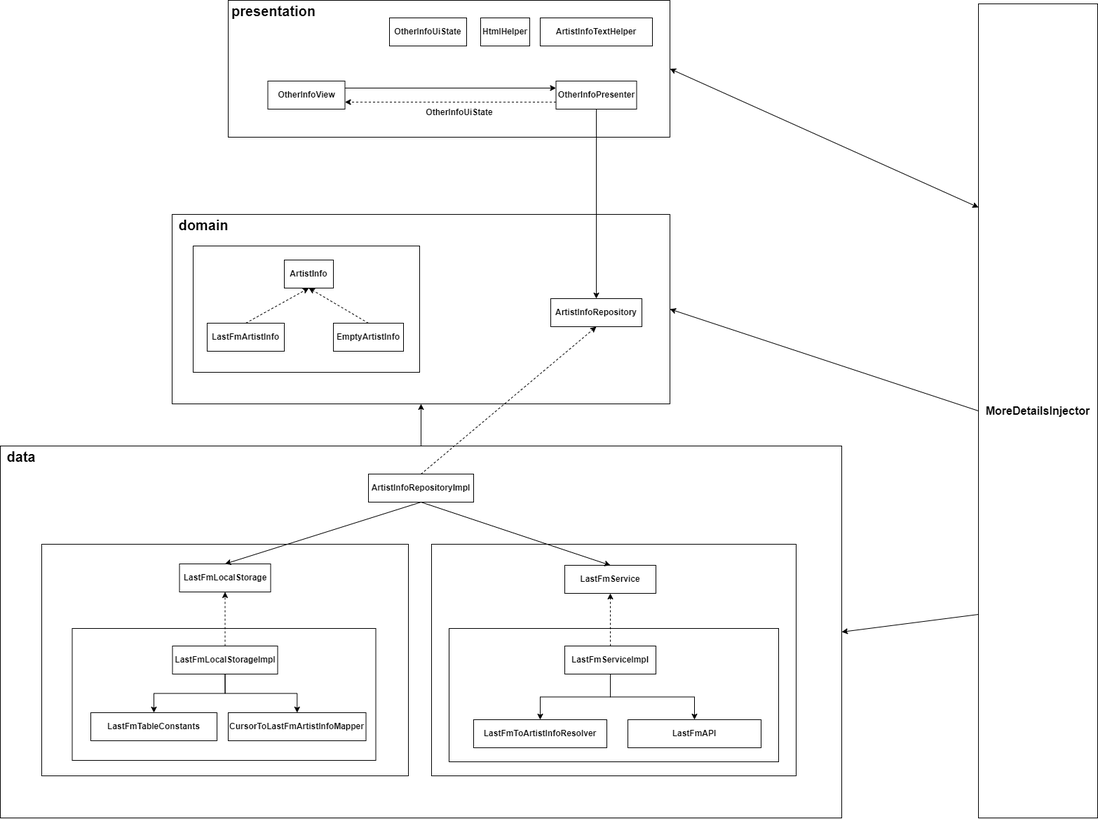
Above: docs/more_details_diagram.png in elagarrigue/AyDS23-Lisboa3 (draw.io), before the change. Source tidied: cells renumbered, new cells last; positions are measured from the earlier drawing's top-left corner, leaving out a move shared by most shapes.
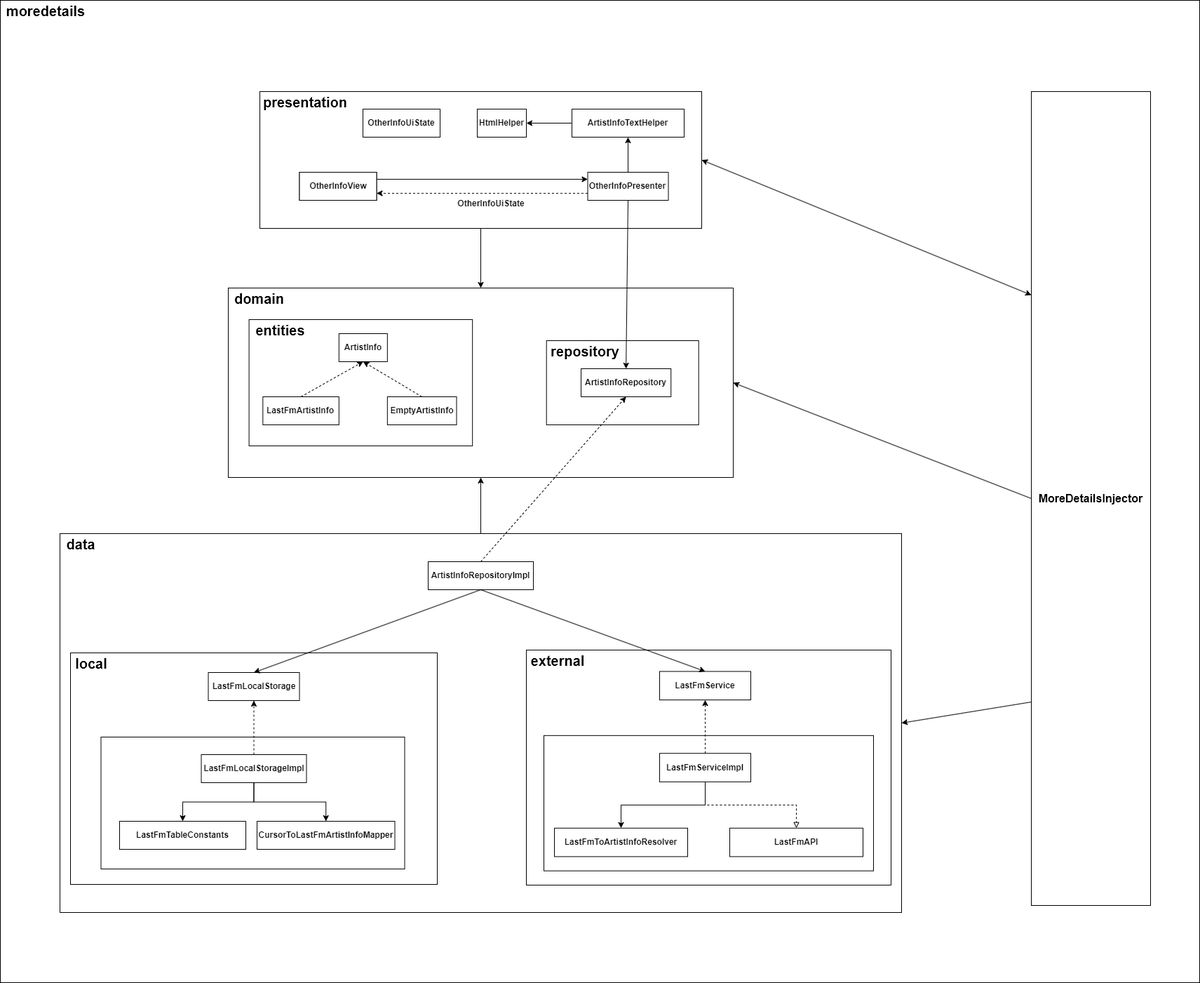
Later version of the same file.

Commit message:
Correcciones en el diagrama

Change to the diagram source:
```diff
@@ -2,29 +2,29 @@
   <root>
     <mxCell id="0" />
     <mxCell id="1" parent="0" />
+    <mxCell id="55" style="rounded=0;whiteSpace=wrap;html=1;" parent="1" vertex="1">
+      <mxGeometry x="-75" y="-125" width="1710" height="1400" as="geometry" />
+    </mxCell>
     <mxCell id="2" style="group;" parent="1" vertex="1">
-      <mxGeometry x="245" y="305" width="710" height="270" as="geometry" />
+      <mxGeometry x="250" y="285" width="720" height="270" as="geometry" />
     </mxCell>
     <mxCell id="3" style="rounded=0;whiteSpace=wrap;html=1;" parent="2" vertex="1">
-      <mxGeometry width="710" height="270" as="geometry" />
+      <mxGeometry width="720" height="270" as="geometry" />
     </mxCell>
-    <mxCell id="4" value="&lt;b&gt;ArtistInfoRepository&lt;/b&gt;" style="rounded=0;whiteSpace=wrap;html=1;" parent="2" vertex="1">
-      <mxGeometry x="540" y="120" width="130" height="40" as="geometry" />
-    </mxCell>
     <mxCell id="5" style="group;" parent="2" vertex="1">
-      <mxGeometry x="30" y="45" width="323" height="180" as="geometry" />
+      <mxGeometry x="29.6" y="45" width="318.6" height="180" as="geometry" />
     </mxCell>
     <mxCell id="6" style="rounded=0;whiteSpace=wrap;html=1;" parent="5" vertex="1">
-      <mxGeometry width="323" height="180" as="geometry" />
+      <mxGeometry width="318.6" height="180" as="geometry" />
     </mxCell>
     <mxCell id="7" value="&lt;b&gt;ArtistInfo&lt;/b&gt;" style="rounded=0;whiteSpace=wrap;html=1;" parent="5" vertex="1">
-      <mxGeometry x="130" y="20" width="70" height="40" as="geometry" />
+      <mxGeometry x="128.2" y="20" width="69" height="40" as="geometry" />
     </mxCell>
     <mxCell id="8" value="&lt;b&gt;LastFmArtistInfo&lt;/b&gt;" style="rounded=0;whiteSpace=wrap;html=1;" parent="5" vertex="1">
-      <mxGeometry x="20" y="110" width="110" height="40" as="geometry" />
+      <mxGeometry x="19.7" y="110" width="108.5" height="40" as="geometry" />
     </mxCell>
     <mxCell id="9" value="&lt;b&gt;EmptyArtistInfo&lt;/b&gt;" style="rounded=0;whiteSpace=wrap;html=1;" parent="5" vertex="1">
-      <mxGeometry x="200" y="110" width="100" height="40" as="geometry" />
+      <mxGeometry x="197.3" y="110" width="98.6" height="40" as="geometry" />
     </mxCell>
     <mxCell id="10" style="endArrow=classic;html=1;rounded=0;exitX=0.5;exitY=0;exitDx=0;exitDy=0;entryX=0.5;entryY=1;entryDx=0;entryDy=0;dashed=1;" parent="5" edge="1" source="8" target="7">
       <mxGeometry relative="1" as="geometry" />
@@ -32,29 +32,47 @@
     <mxCell id="11" style="endArrow=classic;html=1;rounded=0;exitX=0.5;exitY=0;exitDx=0;exitDy=0;entryX=0.5;entryY=1;entryDx=0;entryDy=0;dashed=1;" parent="5" edge="1" source="9" target="7">
       <mxGeometry relative="1" as="geometry" />
     </mxCell>
+    <mxCell id="56" value="&lt;b&gt;&lt;font style=&quot;font-size: 20px;&quot;&gt;entities&lt;/font&gt;&lt;/b&gt;" style="text;html=1;strokeColor=none;fillColor=none;align=center;verticalAlign=middle;whiteSpace=wrap;rounded=0;" parent="5" vertex="1">
+      <mxGeometry width="88.8" height="30" as="geometry" />
+    </mxCell>
     <mxCell id="12" value="&lt;b&gt;&lt;font style=&quot;font-size: 20px;&quot;&gt;domain&lt;/font&gt;&lt;/b&gt;" style="text;html=1;strokeColor=none;fillColor=none;align=center;verticalAlign=middle;whiteSpace=wrap;rounded=0;" parent="2" vertex="1">
-      <mxGeometry width="90" height="30" as="geometry" />
+      <mxGeometry width="88.8" height="30" as="geometry" />
     </mxCell>
+    <mxCell id="57" style="rounded=0;whiteSpace=wrap;html=1;" parent="2" vertex="1">
+      <mxGeometry x="453.7" y="75" width="217" height="120" as="geometry" />
+    </mxCell>
+    <mxCell id="4" value="&lt;b&gt;ArtistInfoRepository&lt;/b&gt;" style="rounded=0;whiteSpace=wrap;html=1;" parent="2" vertex="1">
+      <mxGeometry x="503" y="115" width="128.2" height="40" as="geometry" />
+    </mxCell>
+    <mxCell id="58" value="&lt;span style=&quot;font-size: 20px;&quot;&gt;&lt;b&gt;repository&lt;/b&gt;&lt;/span&gt;" style="text;html=1;strokeColor=none;fillColor=none;align=center;verticalAlign=middle;whiteSpace=wrap;rounded=0;" parent="2" vertex="1">
+      <mxGeometry x="445" y="75" width="128.2" height="30" as="geometry" />
+    </mxCell>
+    <mxCell id="59" style="edgeStyle=orthogonalEdgeStyle;rounded=0;jettySize=auto;html=1;exitX=0.5;exitY=1;exitDx=0;exitDy=0;" parent="1" edge="1" source="13" target="3">
+      <mxGeometry relative="1" as="geometry" />
+    </mxCell>
     <mxCell id="13" style="rounded=0;whiteSpace=wrap;html=1;" parent="1" vertex="1">
-      <mxGeometry x="325" width="630" height="195" as="geometry" />
+      <mxGeometry x="295" y="5" width="630" height="195" as="geometry" />
     </mxCell>
     <mxCell id="14" style="edgeStyle=orthogonalEdgeStyle;rounded=0;jettySize=auto;html=1;exitX=0.5;exitY=0;exitDx=0;exitDy=0;entryX=0.5;entryY=1;entryDx=0;entryDy=0;" parent="1" edge="1" source="15" target="3">
       <mxGeometry relative="1" as="geometry" />
     </mxCell>
     <mxCell id="15" style="rounded=0;whiteSpace=wrap;html=1;" parent="1" vertex="1">
-      <mxGeometry y="635" width="1200" height="530" as="geometry" />
+      <mxGeometry x="10" y="635" width="1200" height="540" as="geometry" />
     </mxCell>
+    <mxCell id="60" style="edgeStyle=orthogonalEdgeStyle;rounded=0;jettySize=auto;html=1;" parent="1" edge="1" source="16" target="51">
+      <mxGeometry relative="1" as="geometry" />
+    </mxCell>
     <mxCell id="16" value="&lt;b&gt;OtherInfoPresenter&lt;/b&gt;" style="rounded=0;whiteSpace=wrap;html=1;" parent="1" vertex="1">
-      <mxGeometry x="792.5" y="115" width="115" height="40" as="geometry" />
+      <mxGeometry x="762.5" y="120" width="115" height="40" as="geometry" />
     </mxCell>
     <mxCell id="17" value="&lt;b&gt;OtherInfoView&lt;/b&gt;" style="rounded=0;whiteSpace=wrap;html=1;" parent="1" vertex="1">
-      <mxGeometry x="381.5" y="115" width="110" height="40" as="geometry" />
+      <mxGeometry x="351.5" y="120" width="110" height="40" as="geometry" />
     </mxCell>
     <mxCell id="18" value="&lt;b&gt;&lt;font style=&quot;font-size: 16px;&quot;&gt;MoreDetailsInjector&lt;/font&gt;&lt;/b&gt;" style="rounded=0;whiteSpace=wrap;html=1;" parent="1" vertex="1">
       <mxGeometry x="1395" y="5" width="170" height="1160" as="geometry" />
     </mxCell>
     <mxCell id="19" style="group;" parent="1" vertex="1">
-      <mxGeometry x="59" y="775" width="523" height="330" as="geometry" />
+      <mxGeometry x="25" y="805" width="523" height="330" as="geometry" />
     </mxCell>
     <mxCell id="20" style="rounded=0;whiteSpace=wrap;html=1;" parent="19" vertex="1">
       <mxGeometry width="523" height="330" as="geometry" />
@@ -83,38 +101,44 @@
     <mxCell id="28" style="edgeStyle=orthogonalEdgeStyle;rounded=0;jettySize=auto;html=1;exitX=0.5;exitY=1;exitDx=0;exitDy=0;entryX=0.5;entryY=0;entryDx=0;entryDy=0;" parent="19" edge="1" source="24" target="27">
       <mxGeometry relative="1" as="geometry" />
     </mxCell>
+    <mxCell id="61" value="&lt;b&gt;&lt;font style=&quot;font-size: 20px;&quot;&gt;local&lt;/font&gt;&lt;/b&gt;" style="text;html=1;strokeColor=none;fillColor=none;align=center;verticalAlign=middle;whiteSpace=wrap;rounded=0;" parent="19" vertex="1">
+      <mxGeometry width="60" height="30" as="geometry" />
+    </mxCell>
     <mxCell id="29" style="group;" parent="1" vertex="1">
-      <mxGeometry x="615" y="775" width="520" height="330" as="geometry" />
+      <mxGeometry x="675" y="801" width="520" height="335" as="geometry" />
     </mxCell>
     <mxCell id="30" style="rounded=0;whiteSpace=wrap;html=1;" parent="29" vertex="1">
-      <mxGeometry width="520" height="330" as="geometry" />
+      <mxGeometry width="520" height="335" as="geometry" />
     </mxCell>
     <mxCell id="31" style="rounded=0;whiteSpace=wrap;html=1;" parent="29" vertex="1">
-      <mxGeometry x="25" y="120" width="470" height="190" as="geometry" />
+      <mxGeometry x="25" y="121.8" width="470" height="192.9" as="geometry" />
     </mxCell>
     <mxCell id="32" value="&lt;b&gt;LastFmService&lt;/b&gt;" style="rounded=0;whiteSpace=wrap;html=1;" parent="29" vertex="1">
-      <mxGeometry x="190" y="30" width="130" height="40" as="geometry" />
+      <mxGeometry x="190" y="30.5" width="130" height="40.6" as="geometry" />
     </mxCell>
     <mxCell id="33" style="edgeStyle=orthogonalEdgeStyle;rounded=0;jettySize=auto;html=1;exitX=0.5;exitY=0;exitDx=0;exitDy=0;entryX=0.5;entryY=1;entryDx=0;entryDy=0;dashed=1;" parent="29" edge="1" source="34" target="32">
       <mxGeometry relative="1" as="geometry" />
     </mxCell>
+    <mxCell id="38" style="edgeStyle=orthogonalEdgeStyle;rounded=0;jettySize=auto;html=1;exitX=0.5;exitY=1;exitDx=0;exitDy=0;dashed=1;endArrow=block;endFill=0;" parent="29" edge="1" source="34" target="37">
+      <mxGeometry relative="1" as="geometry" />
+    </mxCell>
     <mxCell id="34" value="&lt;b&gt;LastFmServiceImpl&lt;/b&gt;" style="rounded=0;whiteSpace=wrap;html=1;" parent="29" vertex="1">
-      <mxGeometry x="190" y="145" width="130" height="40" as="geometry" />
+      <mxGeometry x="190" y="147.2" width="130" height="40.6" as="geometry" />
     </mxCell>
     <mxCell id="35" value="&lt;b&gt;LastFmToArtistInfoResolver&lt;/b&gt;" style="rounded=0;whiteSpace=wrap;html=1;" parent="29" vertex="1">
-      <mxGeometry x="60" y="250" width="190" height="40" as="geometry" />
+      <mxGeometry x="40" y="253.8" width="190" height="40.6" as="geometry" />
     </mxCell>
     <mxCell id="36" style="edgeStyle=orthogonalEdgeStyle;rounded=0;jettySize=auto;html=1;exitX=0.5;exitY=1;exitDx=0;exitDy=0;entryX=0.5;entryY=0;entryDx=0;entryDy=0;" parent="29" edge="1" source="34" target="35">
       <mxGeometry relative="1" as="geometry" />
     </mxCell>
+    <mxCell id="62" value="&lt;b&gt;&lt;font style=&quot;font-size: 20px;&quot;&gt;external&lt;/font&gt;&lt;/b&gt;" style="text;html=1;strokeColor=none;fillColor=none;align=center;verticalAlign=middle;whiteSpace=wrap;rounded=0;" parent="29" vertex="1">
+      <mxGeometry width="90" height="30.5" as="geometry" />
+    </mxCell>
     <mxCell id="37" value="&lt;b&gt;LastFmAPI&lt;/b&gt;" style="rounded=0;whiteSpace=wrap;html=1;" parent="29" vertex="1">
-      <mxGeometry x="280" y="250" width="190" height="40" as="geometry" />
+      <mxGeometry x="290" y="253.8" width="190" height="40.6" as="geometry" />
     </mxCell>
-    <mxCell id="38" style="edgeStyle=orthogonalEdgeStyle;rounded=0;jettySize=auto;html=1;exitX=0.5;exitY=1;exitDx=0;exitDy=0;entryX=0.5;entryY=0;entryDx=0;entryDy=0;" parent="29" edge="1" source="34" target="37">
-      <mxGeometry relative="1" as="geometry" />
-    </mxCell>
     <mxCell id="39" value="&lt;b&gt;ArtistInfoRepositoryImpl&lt;/b&gt;" style="rounded=0;whiteSpace=wrap;html=1;" parent="1" vertex="1">
-      <mxGeometry x="525" y="675" width="150" height="40" as="geometry" />
+      <mxGeometry x="535" y="675" width="150" height="40" as="geometry" />
     </mxCell>
     <mxCell id="40" style="endArrow=classic;html=1;rounded=0;exitX=0.5;exitY=1;exitDx=0;exitDy=0;entryX=0.5;entryY=0;entryDx=0;entryDy=0;" parent="1" edge="1" source="39" target="22">
       <mxGeometry relative="1" as="geometry" />
@@ -135,10 +159,10 @@
       <mxGeometry relative="1" as="geometry" />
     </mxCell>
     <mxCell id="46" value="&lt;b&gt;OtherInfoUiState&lt;/b&gt;" style="text;html=1;strokeColor=none;fillColor=none;align=center;verticalAlign=middle;whiteSpace=wrap;rounded=0;" parent="1" vertex="1">
-      <mxGeometry x="615" y="145" width="80" height="30" as="geometry" />
+      <mxGeometry x="585" y="150" width="80" height="30" as="geometry" />
     </mxCell>
     <mxCell id="47" value="&lt;b&gt;OtherInfoUiState&lt;/b&gt;" style="rounded=0;whiteSpace=wrap;html=1;" parent="1" vertex="1">
-      <mxGeometry x="555" y="25" width="110" height="40" as="geometry" />
+      <mxGeometry x="442" y="30" width="110" height="40" as="geometry" />
     </mxCell>
     <mxCell id="48" style="endArrow=classic;html=1;rounded=0;exitX=0;exitY=0.25;exitDx=0;exitDy=0;entryX=1;entryY=0.5;entryDx=0;entryDy=0;startArrow=classic;startFill=1;" parent="1" edge="1" source="18" target="13">
       <mxGeometry relative="1" as="geometry" />
@@ -149,17 +173,26 @@
     <mxCell id="50" style="endArrow=classic;html=1;rounded=0;exitX=0;exitY=0.75;exitDx=0;exitDy=0;entryX=1;entryY=0.5;entryDx=0;entryDy=0;" parent="1" edge="1" source="18" target="15">
       <mxGeometry relative="1" as="geometry" />
     </mxCell>
+    <mxCell id="63" style="edgeStyle=orthogonalEdgeStyle;rounded=0;jettySize=auto;html=1;exitX=0;exitY=0.5;exitDx=0;exitDy=0;" parent="1" edge="1" source="51" target="54">
+      <mxGeometry relative="1" as="geometry" />
+    </mxCell>
     <mxCell id="51" value="&lt;b&gt;ArtistInfoTextHelper&lt;br&gt;&lt;/b&gt;" style="rounded=0;whiteSpace=wrap;html=1;" parent="1" vertex="1">
-      <mxGeometry x="770" y="25" width="160" height="40" as="geometry" />
+      <mxGeometry x="740" y="30" width="160" height="40" as="geometry" />
     </mxCell>
     <mxCell id="52" value="&lt;b&gt;&lt;font style=&quot;font-size: 20px;&quot;&gt;data&lt;/font&gt;&lt;/b&gt;" style="text;html=1;strokeColor=none;fillColor=none;align=center;verticalAlign=middle;whiteSpace=wrap;rounded=0;" parent="1" vertex="1">
-      <mxGeometry y="635" width="60" height="30" as="geometry" />
+      <mxGeometry x="10" y="635" width="60" height="30" as="geometry" />
     </mxCell>
     <mxCell id="53" value="&lt;b&gt;&lt;font style=&quot;font-size: 20px;&quot;&gt;presentation&lt;/font&gt;&lt;/b&gt;" style="text;html=1;strokeColor=none;fillColor=none;align=center;verticalAlign=middle;whiteSpace=wrap;rounded=0;" parent="1" vertex="1">
-      <mxGeometry x="325" width="130" height="30" as="geometry" />
+      <mxGeometry x="295" y="5" width="130" height="30" as="geometry" />
     </mxCell>
     <mxCell id="54" value="&lt;b&gt;HtmlHelper&lt;/b&gt;" style="rounded=0;whiteSpace=wrap;html=1;" parent="1" vertex="1">
-      <mxGeometry x="685" y="25" width="70" height="40" as="geometry" />
+      <mxGeometry x="605" y="30" width="70" height="40" as="geometry" />
     </mxCell>
+    <mxCell id="64" value="&lt;b&gt;&lt;font style=&quot;font-size: 20px;&quot;&gt;moredetails&lt;/font&gt;&lt;/b&gt;" style="text;html=1;strokeColor=none;fillColor=none;align=center;verticalAlign=middle;whiteSpace=wrap;rounded=0;" parent="1" vertex="1">
+      <mxGeometry x="-75" y="-125" width="130" height="30" as="geometry" />
+    </mxCell>
+    <mxCell id="65" value="&lt;b&gt;OtherInfoView&lt;/b&gt;" style="rounded=0;whiteSpace=wrap;html=1;" parent="1" vertex="1">
+      <mxGeometry x="351.5" y="120" width="110" height="40" as="geometry" />
+    </mxCell>
   </root>
 </mxGraphModel>
```
